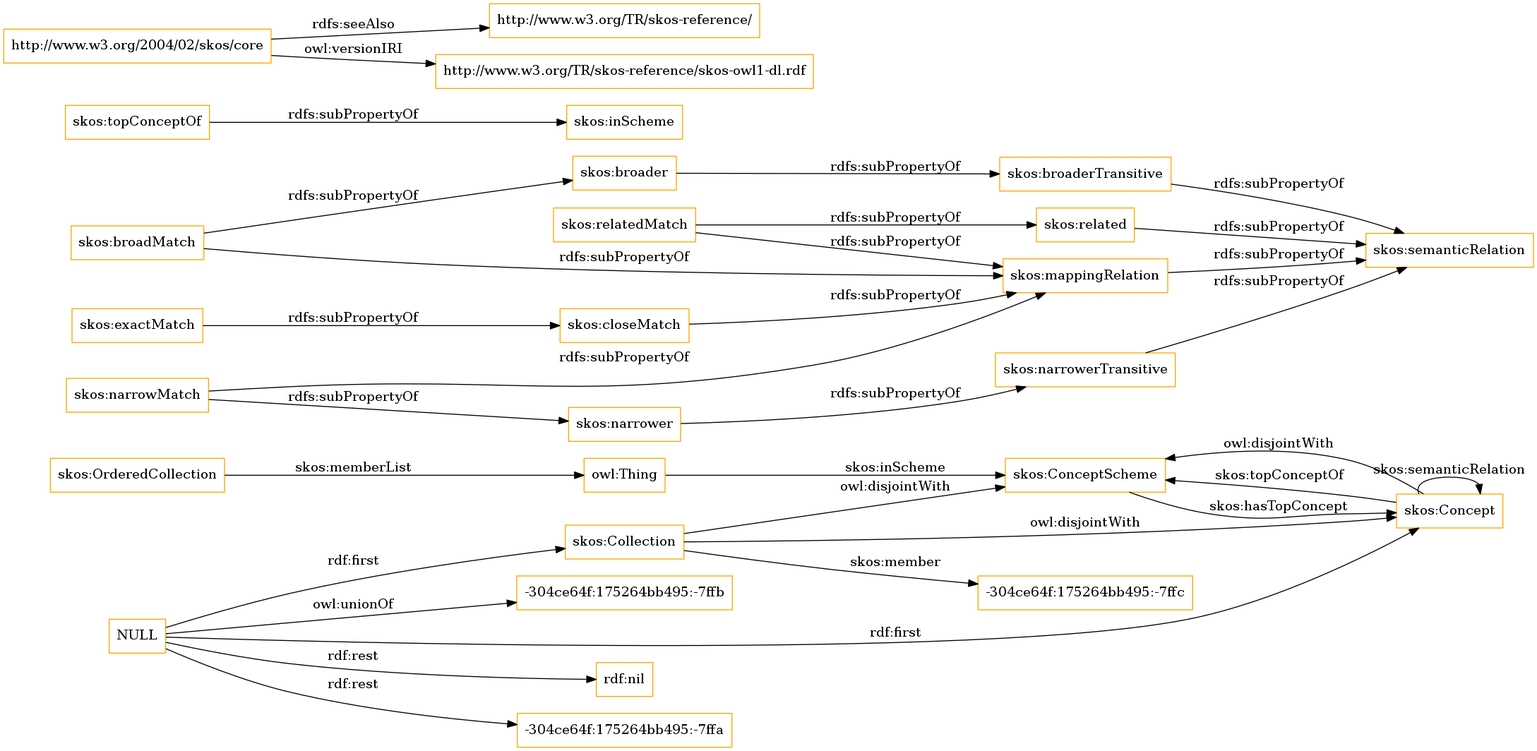
OnToologyUser/core-ontology-1 keeps this Graphviz diagram as OnToology/imports/skos.owl/diagrams/ar2dtool-class/skos.owl.png. Above is the earlier version. Its source is kept beside it as OnToology/imports/skos.owl/diagrams/ar2dtool-class/skos.owl.png.dot.
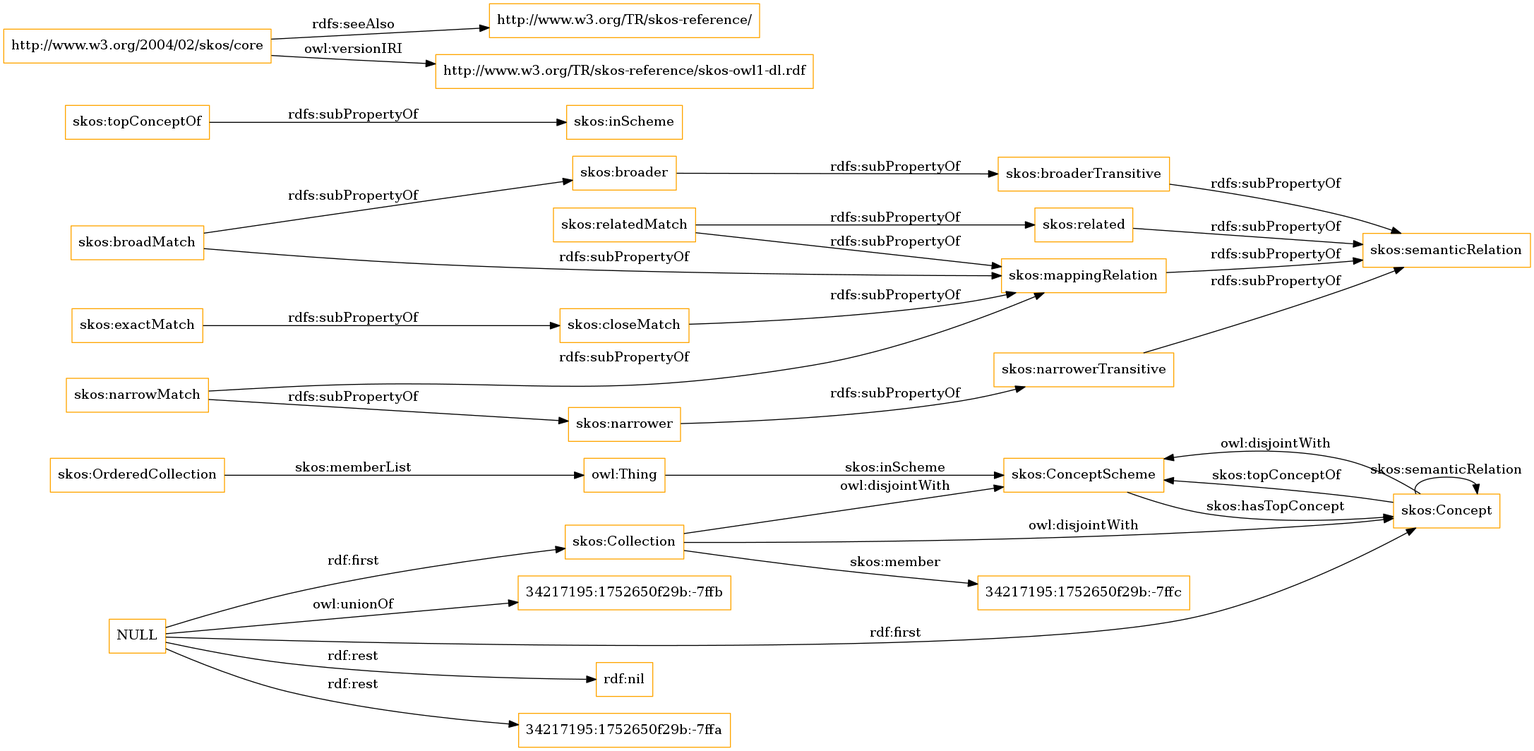
The same diagram one commit later.

What changed in the source:
```diff
@@ -1,13 +1,13 @@
 digraph ar2dtool_diagram {
 rankdir=LR;
 size="1501"
-node [shape = rectangle, color="orange"]; "skos:OrderedCollection" "skos:ConceptScheme" "skos:Concept" "skos:Collection" "-304ce64f:175264bb495:-7ffc" ; /*classes style*/
+node [shape = rectangle, color="orange"]; "skos:OrderedCollection" "skos:ConceptScheme" "skos:Concept" "skos:Collection" "34217195:1752650f29b:-7ffc" ; /*classes style*/
 	"skos:narrowerTransitive" -> "skos:semanticRelation" [ label = "rdfs:subPropertyOf" ];
 	"NULL" -> "rdf:nil" [ label = "rdf:rest" ];
 	"NULL" -> "skos:Concept" [ label = "rdf:first" ];
-	"NULL" -> "-304ce64f:175264bb495:-7ffa" [ label = "rdf:rest" ];
+	"NULL" -> "34217195:1752650f29b:-7ffa" [ label = "rdf:rest" ];
 	"NULL" -> "skos:Collection" [ label = "rdf:first" ];
-	"NULL" -> "-304ce64f:175264bb495:-7ffb" [ label = "owl:unionOf" ];
+	"NULL" -> "34217195:1752650f29b:-7ffb" [ label = "owl:unionOf" ];
 	"skos:closeMatch" -> "skos:mappingRelation" [ label = "rdfs:subPropertyOf" ];
 	"skos:Concept" -> "skos:ConceptScheme" [ label = "owl:disjointWith" ];
 	"skos:relatedMatch" -> "skos:related" [ label = "rdfs:subPropertyOf" ];
@@ -30,7 +30,7 @@
 	"skos:OrderedCollection" -> "owl:Thing" [ label = "skos:memberList" ];
 	"skos:Concept" -> "skos:ConceptScheme" [ label = "skos:topConceptOf" ];
 	"skos:Concept" -> "skos:Concept" [ label = "skos:semanticRelation" ];
-	"skos:Collection" -> "-304ce64f:175264bb495:-7ffc" [ label = "skos:member" ];
+	"skos:Collection" -> "34217195:1752650f29b:-7ffc" [ label = "skos:member" ];
 	"skos:ConceptScheme" -> "skos:Concept" [ label = "skos:hasTopConcept" ];
 	"owl:Thing" -> "skos:ConceptScheme" [ label = "skos:inScheme" ];
 
```
